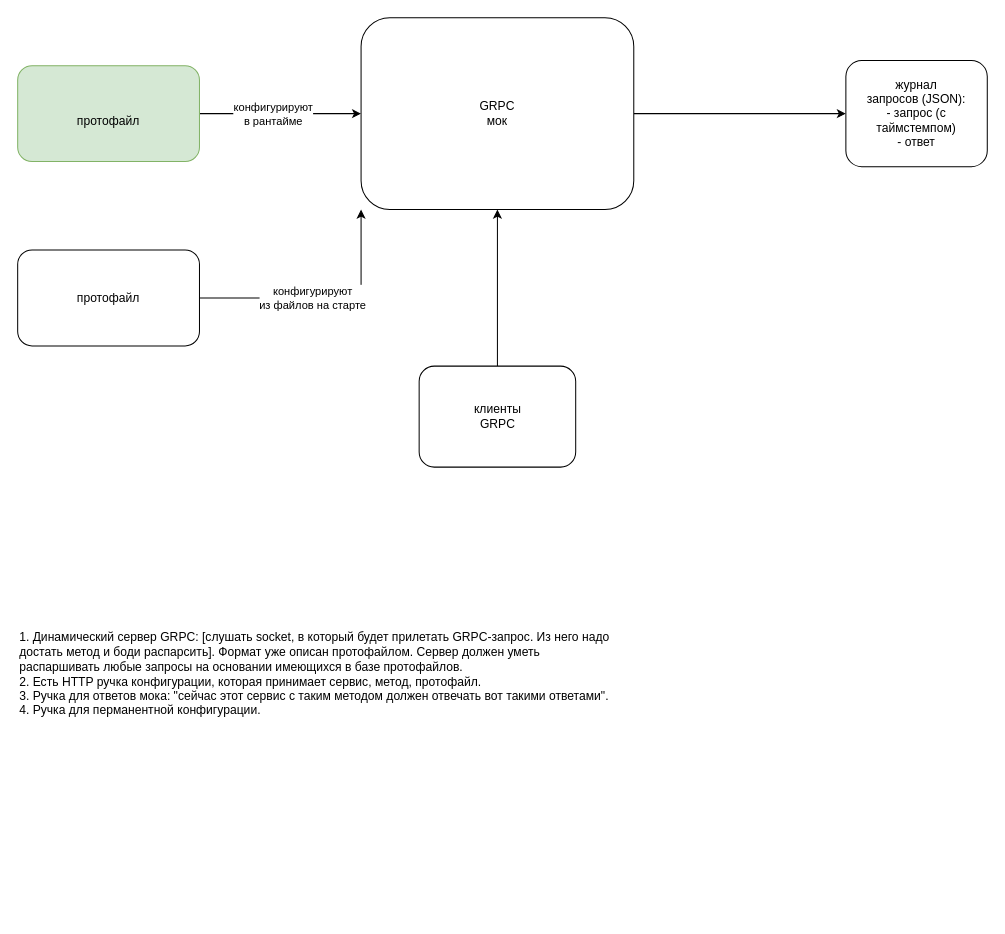
drevoborod/grpc_mock keeps this draw.io diagram as dev/grpc_mock.drawio. Above is the earlier version. Source tidied: cells renumbered, new cells numbered last; positions are measured from the earlier drawing's top-left corner, leaving out a move shared by most shapes. Both pictures are drawn from the tidied source at 101%, with x=0, y=0 at pixel (17, 17).
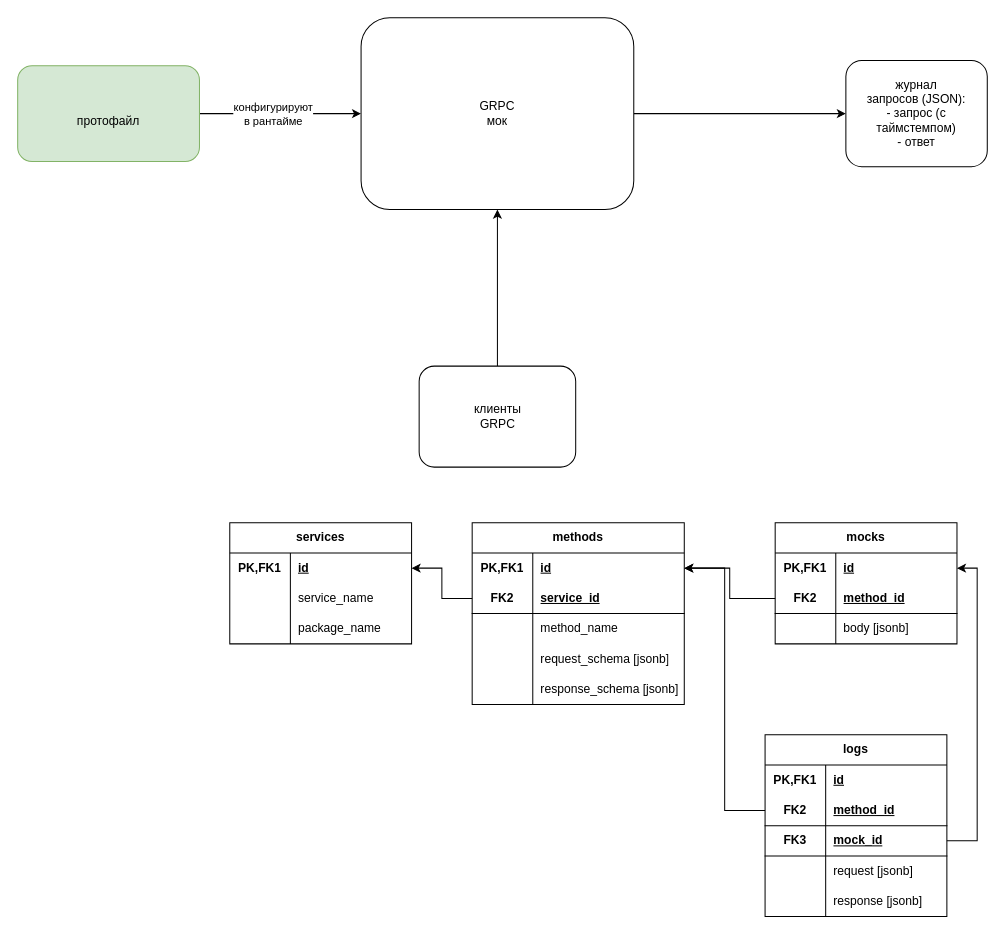
The same diagram, later.

The change refers to these unchanged cells:
```xml
<mxCell id="3" value="GRPC&lt;div&gt;мок&lt;/div&gt;" style="rounded=1;whiteSpace=wrap;html=1;" parent="1" vertex="1">
  <mxGeometry x="340" width="270" height="190" as="geometry" />
</mxCell>
```

The edit, as a diff of the source:
```diff
@@
-    <mxCell id="10" style="edgeStyle=orthogonalEdgeStyle;rounded=0;jettySize=auto;html=1;exitX=1;exitY=0.5;exitDx=0;exitDy=0;entryX=0;entryY=1;entryDx=0;entryDy=0;" parent="1" edge="1" source="12" target="3">
-      <mxGeometry relative="1" as="geometry" />
-    </mxCell>
-    <mxCell id="11" value="конфигурируют&lt;div&gt;из файлов на старте&lt;/div&gt;" style="edgeLabel;html=1;align=center;verticalAlign=middle;" parent="10" vertex="1">
-      <mxGeometry x="-0.1" relative="1" as="geometry" />
-    </mxCell>
-    <mxCell id="12" value="протофайл" style="rounded=1;whiteSpace=wrap;html=1;" parent="1" vertex="1">
-      <mxGeometry y="230" width="180" height="95" as="geometry" />
-    </mxCell>
-    <mxCell id="13" value="1. Динамический сервер GRPC: [слушать socket, в который будет прилетать GRPC-запрос. Из него надо достать метод и боди распарсить]. Формат уже описан протофайлом. Сервер должен уметь распаршивать любые запросы на основании имеющихся в базе протофайлов.&lt;div&gt;2. Есть HTTP ручка конфигурации, которая принимает сервис, метод, протофайл.&lt;/div&gt;&lt;div&gt;3. Ручка для ответов мока: &quot;сейчас этот сервис с таким методом должен отвечать вот такими ответами&quot;.&lt;/div&gt;&lt;div&gt;4. Ручка для перманентной конфигурации.&lt;/div&gt;" style="text;html=1;align=left;verticalAlign=middle;whiteSpace=wrap;rounded=0;" parent="1" vertex="1">
-      <mxGeometry y="490" width="600" height="320" as="geometry" />
-    </mxCell>
+    <mxCell id="14" value="services" style="shape=table;startSize=30;childLayout=tableLayout;rowLines=0;fontStyle=1;align=center;html=1;whiteSpace=wrap;" parent="1" vertex="1">
+      <mxGeometry x="210" y="500" width="180" height="120" as="geometry" />
+    </mxCell>
+    <mxCell id="15" style="shape=tableRow;horizontal=0;startSize=0;swimlaneHead=0;swimlaneBody=0;fillColor=none;points=[[0,0.5],[1,0.5]];portConstraint=eastwest;top=0;left=0;right=0;bottom=0;html=1;" parent="14" vertex="1">
+      <mxGeometry y="30" width="180" height="30" as="geometry" />
+    </mxCell>
+    <mxCell id="16" value="PK,FK1" style="shape=partialRectangle;fillColor=none;top=0;left=0;bottom=0;right=0;fontStyle=1;overflow=hidden;html=1;whiteSpace=wrap;" parent="15" vertex="1">
+      <mxGeometry width="60" height="30" as="geometry" />
+    </mxCell>
+    <mxCell id="17" value="id" style="shape=partialRectangle;fillColor=none;top=0;left=0;bottom=0;right=0;align=left;spacingLeft=6;fontStyle=5;overflow=hidden;html=1;whiteSpace=wrap;" parent="15" vertex="1">
+      <mxGeometry x="60" width="120" height="30" as="geometry" />
+    </mxCell>
+    <mxCell id="18" style="shape=tableRow;horizontal=0;startSize=0;swimlaneHead=0;swimlaneBody=0;fillColor=none;top=0;left=0;right=0;bottom=0;html=1;" parent="14" vertex="1">
+      <mxGeometry y="60" width="180" height="30" as="geometry" />
+    </mxCell>
+    <mxCell id="19" style="shape=partialRectangle;fillColor=none;top=0;left=0;bottom=0;right=0;overflow=hidden;html=1;whiteSpace=wrap;" parent="18" vertex="1">
+      <mxGeometry width="60" height="30" as="geometry" />
+    </mxCell>
+    <mxCell id="20" value="service_name" style="shape=partialRectangle;fillColor=none;top=0;left=0;bottom=0;right=0;align=left;spacingLeft=6;overflow=hidden;html=1;whiteSpace=wrap;" parent="18" vertex="1">
+      <mxGeometry x="60" width="120" height="30" as="geometry" />
+    </mxCell>
+    <mxCell id="21" style="shape=tableRow;horizontal=0;startSize=0;swimlaneHead=0;swimlaneBody=0;fillColor=none;top=0;left=0;right=0;bottom=0;html=1;" parent="14" vertex="1">
+      <mxGeometry y="90" width="180" height="30" as="geometry" />
+    </mxCell>
+    <mxCell id="22" style="shape=partialRectangle;fillColor=none;top=0;left=0;bottom=0;right=0;overflow=hidden;html=1;whiteSpace=wrap;" parent="21" vertex="1">
+      <mxGeometry width="60" height="30" as="geometry" />
+    </mxCell>
+    <mxCell id="23" value="package_name" style="shape=partialRectangle;fillColor=none;top=0;left=0;bottom=0;right=0;align=left;spacingLeft=6;overflow=hidden;html=1;whiteSpace=wrap;" parent="21" vertex="1">
+      <mxGeometry x="60" width="120" height="30" as="geometry" />
+    </mxCell>
+    <mxCell id="24" value="methods" style="shape=table;startSize=30;childLayout=tableLayout;rowLines=0;fontStyle=1;align=center;html=1;whiteSpace=wrap;" parent="1" vertex="1">
+      <mxGeometry x="450" y="500" width="210" height="180" as="geometry" />
+    </mxCell>
+    <mxCell id="25" style="shape=tableRow;horizontal=0;startSize=0;swimlaneHead=0;swimlaneBody=0;fillColor=none;points=[[0,0.5],[1,0.5]];portConstraint=eastwest;top=0;left=0;right=0;bottom=0;html=1;" parent="24" vertex="1">
+      <mxGeometry y="30" width="210" height="30" as="geometry" />
+    </mxCell>
+    <mxCell id="26" value="PK,FK1" style="shape=partialRectangle;fillColor=none;top=0;left=0;bottom=0;right=0;fontStyle=1;overflow=hidden;html=1;whiteSpace=wrap;" parent="25" vertex="1">
+      <mxGeometry width="60" height="30" as="geometry" />
+    </mxCell>
+    <mxCell id="27" value="id" style="shape=partialRectangle;fillColor=none;top=0;left=0;bottom=0;right=0;align=left;spacingLeft=6;fontStyle=5;overflow=hidden;html=1;whiteSpace=wrap;" parent="25" vertex="1">
+      <mxGeometry x="60" width="150" height="30" as="geometry" />
+    </mxCell>
+    <mxCell id="28" style="shape=tableRow;horizontal=0;startSize=0;swimlaneHead=0;swimlaneBody=0;fillColor=none;points=[[0,0.5],[1,0.5]];portConstraint=eastwest;top=0;left=0;right=0;bottom=1;html=1;" parent="24" vertex="1">
+      <mxGeometry y="60" width="210" height="30" as="geometry" />
+    </mxCell>
+    <mxCell id="29" value="FK2" style="shape=partialRectangle;fillColor=none;top=0;left=0;bottom=0;right=0;fontStyle=1;overflow=hidden;html=1;whiteSpace=wrap;" parent="28" vertex="1">
+      <mxGeometry width="60" height="30" as="geometry" />
+    </mxCell>
+    <mxCell id="30" value="service_id" style="shape=partialRectangle;fillColor=none;top=0;left=0;bottom=0;right=0;align=left;spacingLeft=6;fontStyle=5;overflow=hidden;html=1;whiteSpace=wrap;" parent="28" vertex="1">
+      <mxGeometry x="60" width="150" height="30" as="geometry" />
+    </mxCell>
+    <mxCell id="31" style="shape=tableRow;horizontal=0;startSize=0;swimlaneHead=0;swimlaneBody=0;fillColor=none;top=0;left=0;right=0;bottom=0;html=1;" parent="24" vertex="1">
+      <mxGeometry y="90" width="210" height="30" as="geometry" />
+    </mxCell>
+    <mxCell id="32" style="shape=partialRectangle;fillColor=none;top=0;left=0;bottom=0;right=0;overflow=hidden;html=1;whiteSpace=wrap;" parent="31" vertex="1">
+      <mxGeometry width="60" height="30" as="geometry" />
+    </mxCell>
+    <mxCell id="33" value="method_name" style="shape=partialRectangle;fillColor=none;top=0;left=0;bottom=0;right=0;align=left;spacingLeft=6;overflow=hidden;html=1;whiteSpace=wrap;" parent="31" vertex="1">
+      <mxGeometry x="60" width="150" height="30" as="geometry" />
+    </mxCell>
+    <mxCell id="34" style="shape=tableRow;horizontal=0;startSize=0;swimlaneHead=0;swimlaneBody=0;fillColor=none;top=0;left=0;right=0;bottom=0;html=1;" parent="24" vertex="1">
+      <mxGeometry y="120" width="210" height="30" as="geometry" />
+    </mxCell>
+    <mxCell id="35" style="shape=partialRectangle;fillColor=none;top=0;left=0;bottom=0;right=0;overflow=hidden;html=1;whiteSpace=wrap;" parent="34" vertex="1">
+      <mxGeometry width="60" height="30" as="geometry" />
+    </mxCell>
+    <mxCell id="36" value="request_schema [jsonb]" style="shape=partialRectangle;fillColor=none;top=0;left=0;bottom=0;right=0;align=left;spacingLeft=6;overflow=hidden;html=1;whiteSpace=wrap;" parent="34" vertex="1">
+      <mxGeometry x="60" width="150" height="30" as="geometry" />
+    </mxCell>
+    <mxCell id="37" style="shape=tableRow;horizontal=0;startSize=0;swimlaneHead=0;swimlaneBody=0;fillColor=none;top=0;left=0;right=0;bottom=0;html=1;" parent="24" vertex="1">
+      <mxGeometry y="150" width="210" height="30" as="geometry" />
+    </mxCell>
+    <mxCell id="38" style="shape=partialRectangle;fillColor=none;top=0;left=0;bottom=0;right=0;overflow=hidden;html=1;whiteSpace=wrap;" parent="37" vertex="1">
+      <mxGeometry width="60" height="30" as="geometry" />
+    </mxCell>
+    <mxCell id="39" value="response_schema [jsonb]" style="shape=partialRectangle;fillColor=none;top=0;left=0;bottom=0;right=0;align=left;spacingLeft=6;overflow=hidden;html=1;whiteSpace=wrap;" parent="37" vertex="1">
+      <mxGeometry x="60" width="150" height="30" as="geometry" />
+    </mxCell>
+    <mxCell id="40" style="edgeStyle=orthogonalEdgeStyle;rounded=0;jettySize=auto;html=1;exitX=0;exitY=0.5;exitDx=0;exitDy=0;entryX=1;entryY=0.5;entryDx=0;entryDy=0;" parent="1" edge="1" source="28" target="15">
+      <mxGeometry relative="1" as="geometry" />
+    </mxCell>
+    <mxCell id="41" value="mocks" style="shape=table;startSize=30;childLayout=tableLayout;rowLines=0;fontStyle=1;align=center;html=1;whiteSpace=wrap;" parent="1" vertex="1">
+      <mxGeometry x="750" y="500" width="180" height="120" as="geometry" />
+    </mxCell>
+    <mxCell id="42" style="shape=tableRow;horizontal=0;startSize=0;swimlaneHead=0;swimlaneBody=0;fillColor=none;points=[[0,0.5],[1,0.5]];portConstraint=eastwest;top=0;left=0;right=0;bottom=0;html=1;" parent="41" vertex="1">
+      <mxGeometry y="30" width="180" height="30" as="geometry" />
+    </mxCell>
+    <mxCell id="43" value="PK,FK1" style="shape=partialRectangle;fillColor=none;top=0;left=0;bottom=0;right=0;fontStyle=1;overflow=hidden;html=1;whiteSpace=wrap;" parent="42" vertex="1">
+      <mxGeometry width="60" height="30" as="geometry" />
+    </mxCell>
+    <mxCell id="44" value="id" style="shape=partialRectangle;fillColor=none;top=0;left=0;bottom=0;right=0;align=left;spacingLeft=6;fontStyle=5;overflow=hidden;html=1;whiteSpace=wrap;" parent="42" vertex="1">
+      <mxGeometry x="60" width="120" height="30" as="geometry" />
+    </mxCell>
+    <mxCell id="45" style="shape=tableRow;horizontal=0;startSize=0;swimlaneHead=0;swimlaneBody=0;fillColor=none;points=[[0,0.5],[1,0.5]];portConstraint=eastwest;top=0;left=0;right=0;bottom=1;html=1;" parent="41" vertex="1">
+      <mxGeometry y="60" width="180" height="30" as="geometry" />
+    </mxCell>
+    <mxCell id="46" value="FK2" style="shape=partialRectangle;fillColor=none;top=0;left=0;bottom=0;right=0;fontStyle=1;overflow=hidden;html=1;whiteSpace=wrap;" parent="45" vertex="1">
+      <mxGeometry width="60" height="30" as="geometry" />
+    </mxCell>
+    <mxCell id="47" value="method_id" style="shape=partialRectangle;fillColor=none;top=0;left=0;bottom=0;right=0;align=left;spacingLeft=6;fontStyle=5;overflow=hidden;html=1;whiteSpace=wrap;" parent="45" vertex="1">
+      <mxGeometry x="60" width="120" height="30" as="geometry" />
+    </mxCell>
+    <mxCell id="48" style="shape=tableRow;horizontal=0;startSize=0;swimlaneHead=0;swimlaneBody=0;fillColor=none;top=0;left=0;right=0;bottom=0;html=1;" parent="41" vertex="1">
+      <mxGeometry y="90" width="180" height="30" as="geometry" />
+    </mxCell>
+    <mxCell id="49" style="shape=partialRectangle;fillColor=none;top=0;left=0;bottom=0;right=0;overflow=hidden;html=1;whiteSpace=wrap;" parent="48" vertex="1">
+      <mxGeometry width="60" height="30" as="geometry" />
+    </mxCell>
+    <mxCell id="50" value="body [jsonb]" style="shape=partialRectangle;fillColor=none;top=0;left=0;bottom=0;right=0;align=left;spacingLeft=6;overflow=hidden;html=1;whiteSpace=wrap;" parent="48" vertex="1">
+      <mxGeometry x="60" width="120" height="30" as="geometry" />
+    </mxCell>
+    <mxCell id="51" style="edgeStyle=orthogonalEdgeStyle;rounded=0;jettySize=auto;html=1;exitX=0;exitY=0.5;exitDx=0;exitDy=0;entryX=1;entryY=0.5;entryDx=0;entryDy=0;" parent="1" edge="1" source="45" target="25">
+      <mxGeometry relative="1" as="geometry" />
+    </mxCell>
+    <mxCell id="52" value="logs" style="shape=table;startSize=30;childLayout=tableLayout;rowLines=0;fontStyle=1;align=center;html=1;whiteSpace=wrap;" parent="1" vertex="1">
+      <mxGeometry x="740" y="710" width="180" height="180" as="geometry" />
+    </mxCell>
+    <mxCell id="53" style="shape=tableRow;horizontal=0;startSize=0;swimlaneHead=0;swimlaneBody=0;fillColor=none;top=0;left=0;right=0;bottom=0;html=1;" parent="52" vertex="1">
+      <mxGeometry y="30" width="180" height="30" as="geometry" />
+    </mxCell>
+    <mxCell id="54" value="PK,FK1" style="shape=partialRectangle;fillColor=none;top=0;left=0;bottom=0;right=0;fontStyle=1;overflow=hidden;html=1;whiteSpace=wrap;" parent="53" vertex="1">
+      <mxGeometry width="60" height="30" as="geometry" />
+    </mxCell>
+    <mxCell id="55" value="id" style="shape=partialRectangle;fillColor=none;top=0;left=0;bottom=0;right=0;align=left;spacingLeft=6;fontStyle=5;overflow=hidden;html=1;whiteSpace=wrap;" parent="53" vertex="1">
+      <mxGeometry x="60" width="120" height="30" as="geometry" />
+    </mxCell>
+    <mxCell id="56" style="shape=tableRow;horizontal=0;startSize=0;swimlaneHead=0;swimlaneBody=0;fillColor=none;points=[[0,0.5],[1,0.5]];portConstraint=eastwest;top=0;left=0;right=0;bottom=1;html=1;" parent="52" vertex="1">
+      <mxGeometry y="60" width="180" height="30" as="geometry" />
+    </mxCell>
+    <mxCell id="57" value="FK2" style="shape=partialRectangle;fillColor=none;top=0;left=0;bottom=0;right=0;fontStyle=1;overflow=hidden;html=1;whiteSpace=wrap;" parent="56" vertex="1">
+      <mxGeometry width="60" height="30" as="geometry" />
+    </mxCell>
+    <mxCell id="58" value="method_id" style="shape=partialRectangle;fillColor=none;top=0;left=0;bottom=0;right=0;align=left;spacingLeft=6;fontStyle=5;overflow=hidden;html=1;whiteSpace=wrap;" parent="56" vertex="1">
+      <mxGeometry x="60" width="120" height="30" as="geometry" />
+    </mxCell>
+    <mxCell id="59" style="shape=tableRow;horizontal=0;startSize=0;swimlaneHead=0;swimlaneBody=0;fillColor=none;points=[[0,0.5],[1,0.5]];portConstraint=eastwest;top=0;left=0;right=0;bottom=1;html=1;" parent="52" vertex="1">
+      <mxGeometry y="90" width="180" height="30" as="geometry" />
+    </mxCell>
+    <mxCell id="60" value="FK3" style="shape=partialRectangle;fillColor=none;top=0;left=0;bottom=0;right=0;fontStyle=1;overflow=hidden;html=1;whiteSpace=wrap;" parent="59" vertex="1">
+      <mxGeometry width="60" height="30" as="geometry" />
+    </mxCell>
+    <mxCell id="61" value="mock_id" style="shape=partialRectangle;fillColor=none;top=0;left=0;bottom=0;right=0;align=left;spacingLeft=6;fontStyle=5;overflow=hidden;html=1;whiteSpace=wrap;" parent="59" vertex="1">
+      <mxGeometry x="60" width="120" height="30" as="geometry" />
+    </mxCell>
+    <mxCell id="62" style="shape=tableRow;horizontal=0;startSize=0;swimlaneHead=0;swimlaneBody=0;fillColor=none;top=0;left=0;right=0;bottom=0;html=1;" parent="52" vertex="1">
+      <mxGeometry y="120" width="180" height="30" as="geometry" />
+    </mxCell>
+    <mxCell id="63" style="shape=partialRectangle;fillColor=none;top=0;left=0;bottom=0;right=0;overflow=hidden;html=1;whiteSpace=wrap;" parent="62" vertex="1">
+      <mxGeometry width="60" height="30" as="geometry" />
+    </mxCell>
+    <mxCell id="64" value="request [jsonb]" style="shape=partialRectangle;fillColor=none;top=0;left=0;bottom=0;right=0;align=left;spacingLeft=6;overflow=hidden;html=1;whiteSpace=wrap;" parent="62" vertex="1">
+      <mxGeometry x="60" width="120" height="30" as="geometry" />
+    </mxCell>
+    <mxCell id="65" style="shape=tableRow;horizontal=0;startSize=0;swimlaneHead=0;swimlaneBody=0;fillColor=none;top=0;left=0;right=0;bottom=0;html=1;" parent="52" vertex="1">
+      <mxGeometry y="150" width="180" height="30" as="geometry" />
+    </mxCell>
+    <mxCell id="66" style="shape=partialRectangle;fillColor=none;top=0;left=0;bottom=0;right=0;overflow=hidden;html=1;whiteSpace=wrap;" parent="65" vertex="1">
+      <mxGeometry width="60" height="30" as="geometry" />
+    </mxCell>
+    <mxCell id="67" value="response [jsonb]" style="shape=partialRectangle;fillColor=none;top=0;left=0;bottom=0;right=0;align=left;spacingLeft=6;overflow=hidden;html=1;whiteSpace=wrap;" parent="65" vertex="1">
+      <mxGeometry x="60" width="120" height="30" as="geometry" />
+    </mxCell>
+    <mxCell id="68" style="edgeStyle=orthogonalEdgeStyle;rounded=0;jettySize=auto;html=1;exitX=0;exitY=0.5;exitDx=0;exitDy=0;entryX=1;entryY=0.5;entryDx=0;entryDy=0;" parent="1" edge="1" source="56" target="25">
+      <mxGeometry relative="1" as="geometry" />
+    </mxCell>
+    <mxCell id="69" style="edgeStyle=orthogonalEdgeStyle;rounded=0;jettySize=auto;html=1;exitX=1;exitY=0.5;exitDx=0;exitDy=0;entryX=1;entryY=0.5;entryDx=0;entryDy=0;" parent="1" edge="1" source="59" target="42">
+      <mxGeometry relative="1" as="geometry" />
+    </mxCell>
```
